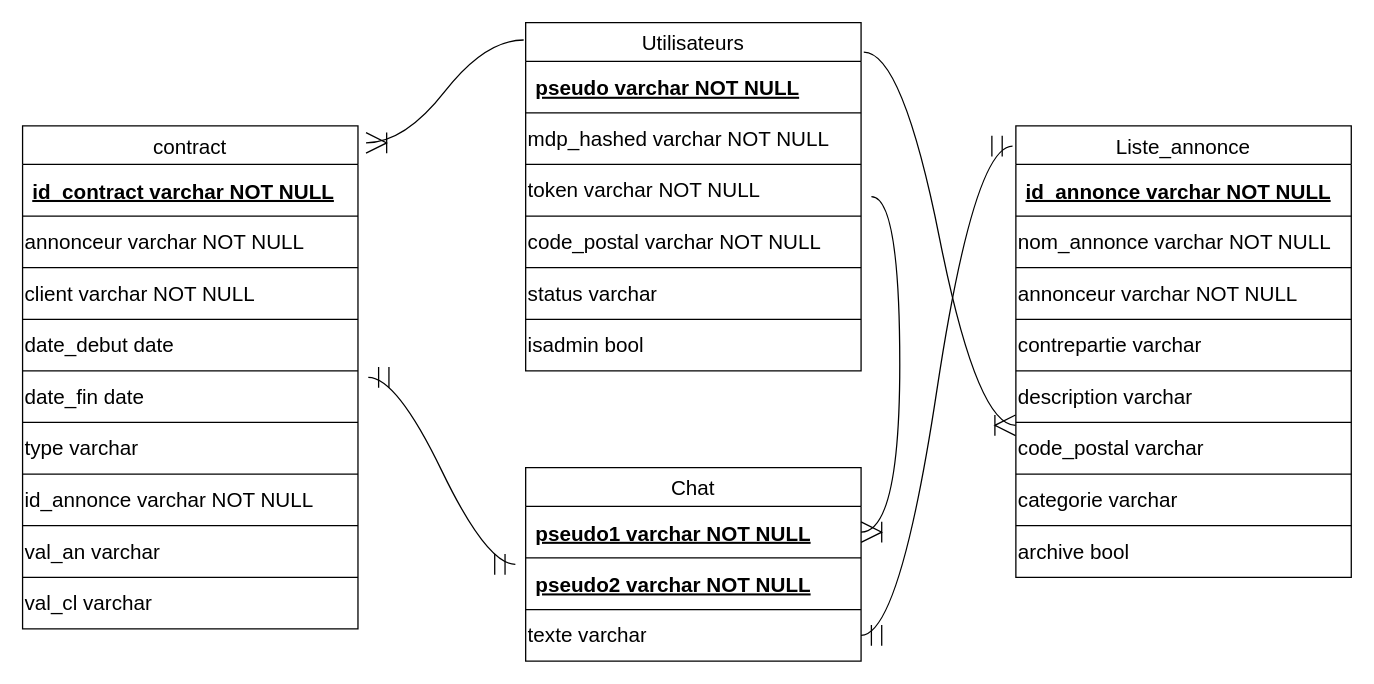
The draw.io diagram Rapport/Diagramme_DB.drawio in LeBoufty/ppii1, before the edit. Source tidied: cells renumbered, new cells numbered last; positions are measured from the earlier drawing's top-left corner, leaving out a move shared by most shapes. Both pictures are drawn from the tidied source at 129%, with x=0, y=0 at pixel (22, 22).
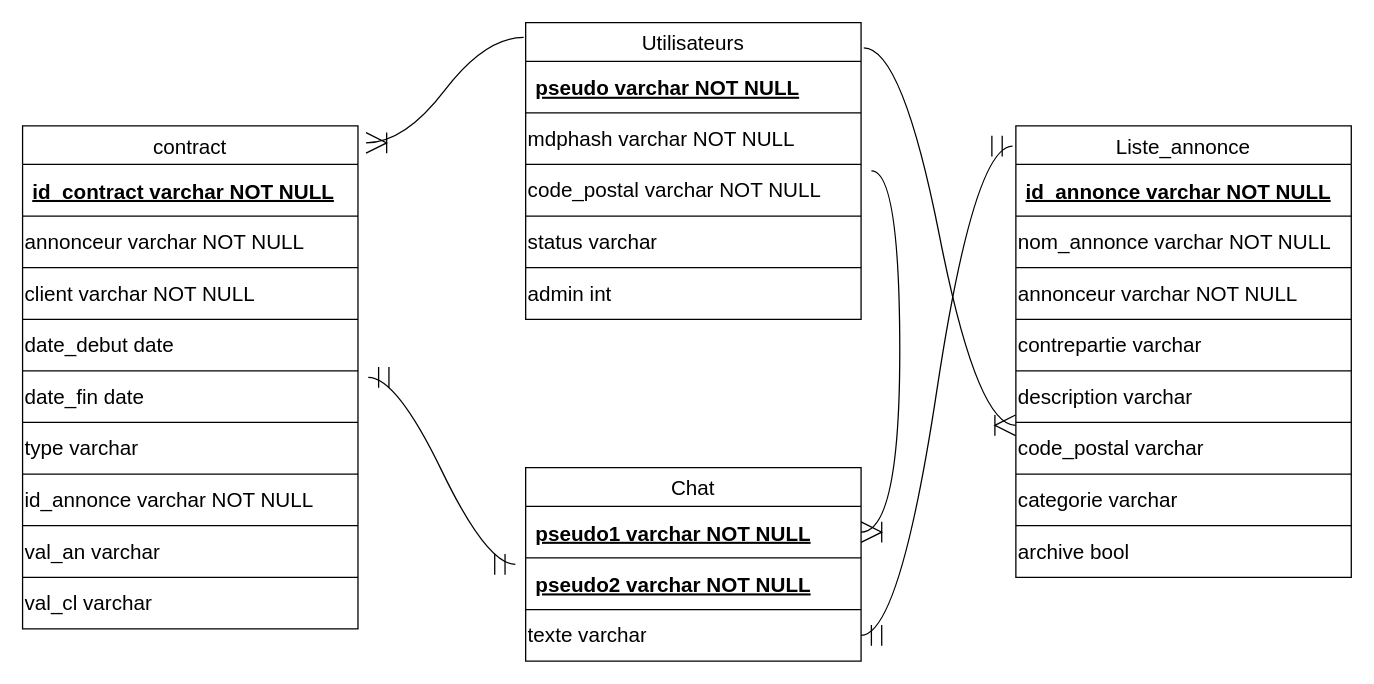
After the change.

Commit message (it also covers changes not shown here):
database modifiée pour supprimé token, schéma modifié pour que utilisateurs colle avec la DB

Unchanged cells that the change refers to:
```xml
<mxCell id="5" style="shape=tableRow;horizontal=0;startSize=0;swimlaneHead=0;swimlaneBody=0;top=0;left=0;bottom=0;right=0;fillColor=none;fontSize=16;" parent="2" vertex="1">
  <mxGeometry y="70" width="260" height="40" as="geometry" />
</mxCell>
```

Diff of the diagram source:
```diff
@@
     <mxCell id="2" value="Utilisateurs" style="shape=table;startSize=30;childLayout=tableLayout;fontSize=16;" parent="1" vertex="1">
-      <mxGeometry x="390" width="260" height="270" as="geometry" />
+      <mxGeometry x="390" width="260" height="230" as="geometry" />
     </mxCell>
@@
-    <mxCell id="6" value="mdp_hashed varchar NOT NULL" style="shape=partialRectangle;html=1;whiteSpace=wrap;overflow=hidden;fillColor=none;top=0;left=0;bottom=0;right=0;fontSize=16;align=left;" parent="5" vertex="1">
+    <mxCell id="6" value="mdphash varchar NOT NULL" style="shape=partialRectangle;html=1;whiteSpace=wrap;overflow=hidden;fillColor=none;top=0;left=0;bottom=0;right=0;fontSize=16;align=left;" parent="5" vertex="1">
       <mxGeometry width="260" height="40" as="geometry" />
     </mxCell>
-    <mxCell id="7" style="shape=tableRow;horizontal=0;startSize=0;swimlaneHead=0;swimlaneBody=0;top=0;left=0;bottom=0;right=0;fillColor=none;fontSize=16;" parent="2" vertex="1">
-      <mxGeometry y="110" width="260" height="40" as="geometry" />
-    </mxCell>
-    <mxCell id="8" value="token varchar NOT NULL" style="shape=partialRectangle;html=1;whiteSpace=wrap;overflow=hidden;fillColor=none;top=0;left=0;bottom=0;right=0;fontSize=16;align=left;" parent="7" vertex="1">
-      <mxGeometry width="260" height="40" as="geometry" />
-    </mxCell>
     <mxCell id="9" style="shape=tableRow;horizontal=0;startSize=0;swimlaneHead=0;swimlaneBody=0;top=0;left=0;bottom=0;right=0;fillColor=none;fontSize=16;" parent="2" vertex="1">
-      <mxGeometry y="150" width="260" height="40" as="geometry" />
+      <mxGeometry y="110" width="260" height="40" as="geometry" />
     </mxCell>
@@
     <mxCell id="11" style="shape=tableRow;horizontal=0;startSize=0;swimlaneHead=0;swimlaneBody=0;top=0;left=0;bottom=0;right=0;fillColor=none;fontSize=16;" parent="2" vertex="1">
-      <mxGeometry y="190" width="260" height="40" as="geometry" />
+      <mxGeometry y="150" width="260" height="40" as="geometry" />
     </mxCell>
@@
     <mxCell id="13" style="shape=tableRow;horizontal=0;startSize=0;swimlaneHead=0;swimlaneBody=0;top=0;left=0;bottom=0;right=0;fillColor=none;fontSize=16;" parent="2" vertex="1">
-      <mxGeometry y="230" width="260" height="40" as="geometry" />
+      <mxGeometry y="190" width="260" height="40" as="geometry" />
     </mxCell>
-    <mxCell id="14" value="isadmin bool" style="shape=partialRectangle;html=1;whiteSpace=wrap;overflow=hidden;fillColor=none;top=0;left=0;bottom=0;right=0;fontSize=16;align=left;" parent="13" vertex="1">
+    <mxCell id="14" value="admin int" style="shape=partialRectangle;html=1;whiteSpace=wrap;overflow=hidden;fillColor=none;top=0;left=0;bottom=0;right=0;fontSize=16;align=left;" parent="13" vertex="1">
       <mxGeometry width="260" height="40" as="geometry" />
     </mxCell>
```
